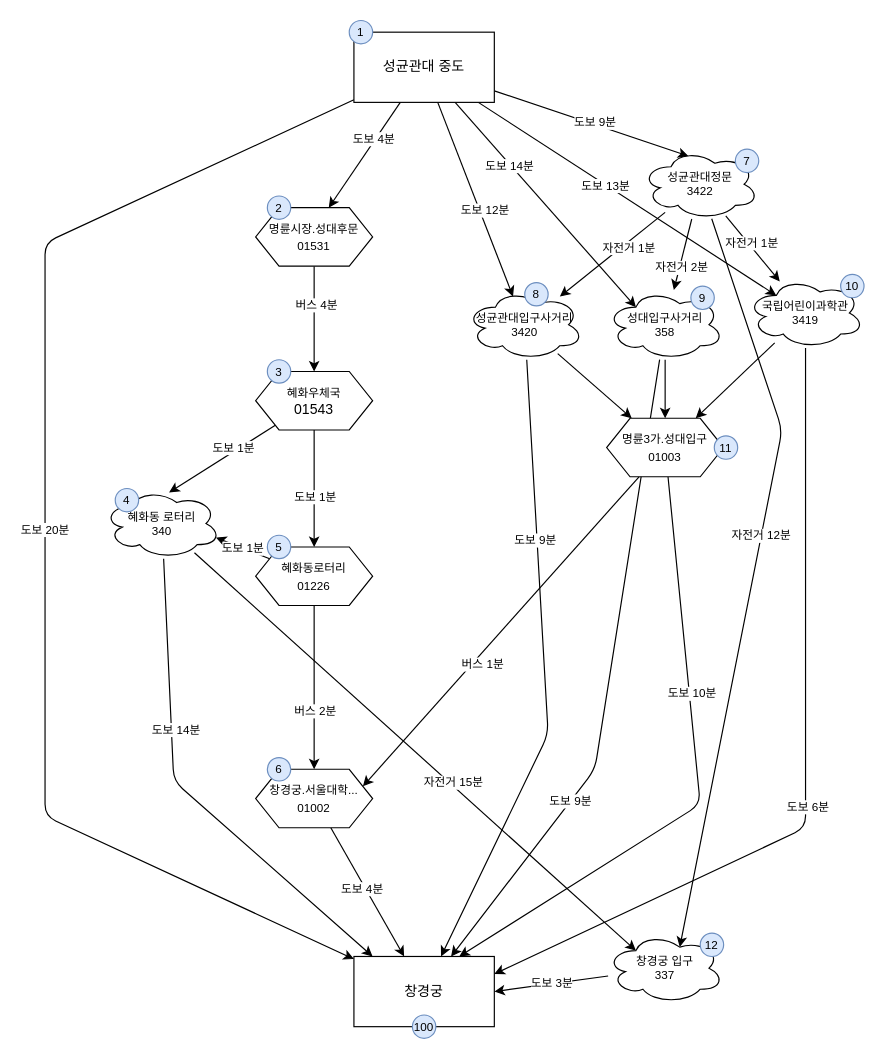
Above: skku-to-changgyeonggung.drawio in dannaward/seoulbike-navigation (draw.io), before the change. Source tidied: cells renumbered, new cells numbered last; positions are measured from the earlier drawing's top-left corner, leaving out a move shared by most shapes. Both pictures are drawn from the tidied source at 117%, with x=0, y=0 at pixel (44, 20).
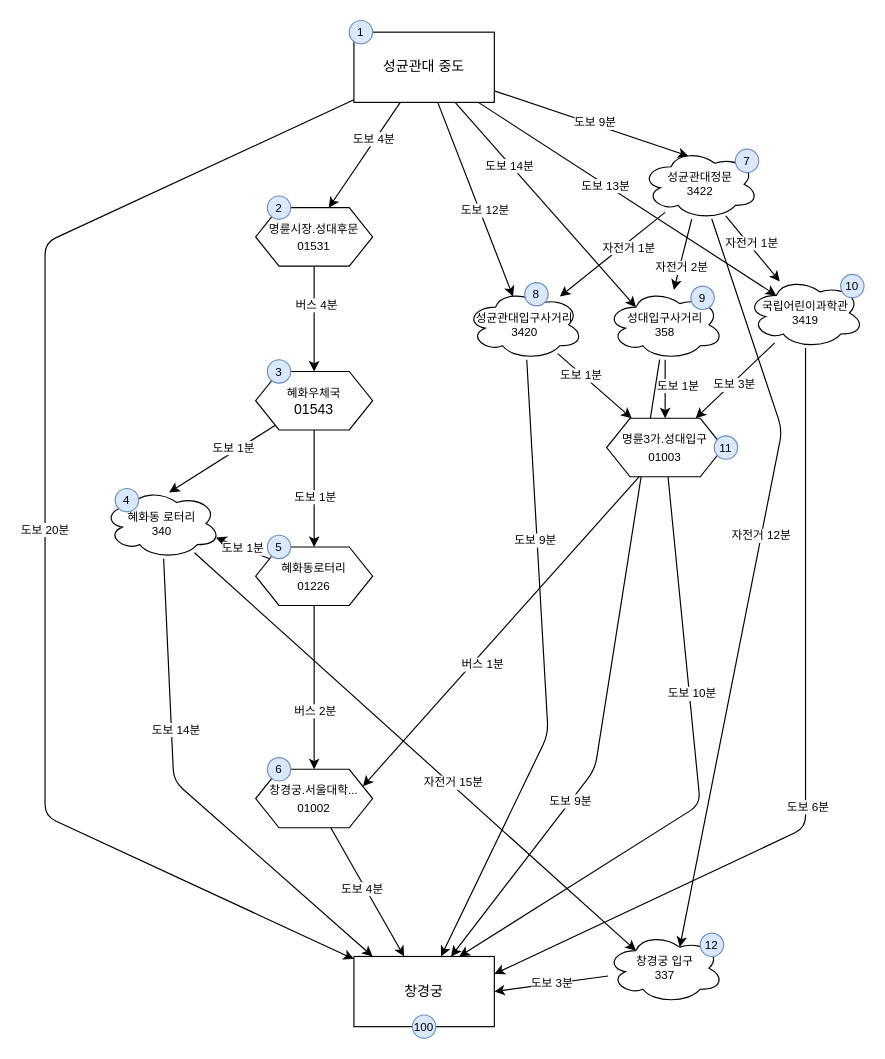
The same diagram, later.

Commit message:
올레 사거리 대여소들 -> 명륜3가 정류장 소요시간 추가

Unchanged cells that the change refers to:
```xml
<mxCell id="39" style="edgeStyle=none;jettySize=auto;html=1;fontSize=10;" parent="1" edge="1" source="42" target="55">
  <mxGeometry relative="1" as="geometry" />
</mxCell>
<mxCell id="43" style="edgeStyle=none;jettySize=auto;html=1;fontSize=10;" parent="1" edge="1" source="46" target="55">
  <mxGeometry relative="1" as="geometry" />
</mxCell>
<mxCell id="47" style="edgeStyle=none;jettySize=auto;html=1;fontSize=10;" parent="1" edge="1" source="50" target="55">
  <mxGeometry relative="1" as="geometry" />
</mxCell>
```

Change to the diagram source:
```diff
@@
+    <mxCell id="76" value="도보 1분" style="edgeLabel;html=1;align=center;verticalAlign=middle;fontSize=10;" parent="39" vertex="1">
+      <mxGeometry x="-0.39" y="-1" relative="1" as="geometry" />
+    </mxCell>
@@
+    <mxCell id="77" value="도보 1분" style="edgeLabel;html=1;align=center;verticalAlign=middle;fontSize=10;" parent="43" vertex="1">
+      <mxGeometry x="-0.14" y="2" relative="1" as="geometry">
+        <mxPoint x="8" y="-1" as="offset" />
+      </mxGeometry>
+    </mxCell>
@@
+    <mxCell id="78" value="도보 3분" style="edgeLabel;html=1;align=center;verticalAlign=middle;fontSize=10;" parent="47" vertex="1">
+      <mxGeometry x="0.06" y="1" relative="1" as="geometry" />
+    </mxCell>
```
